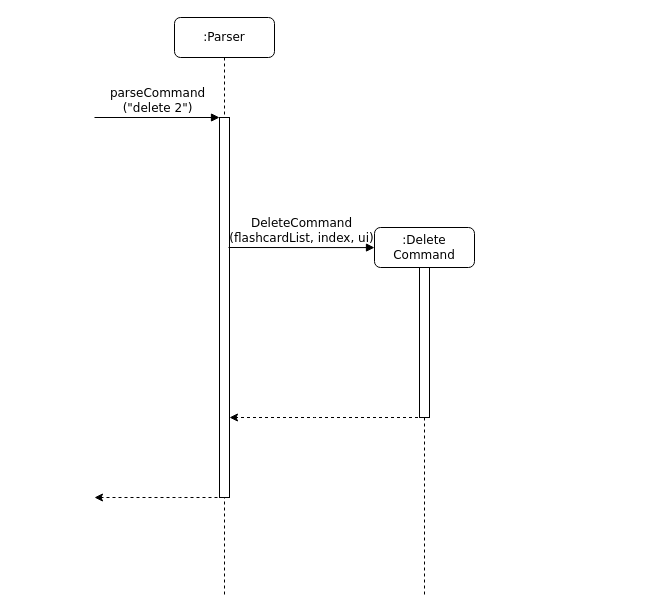
Earlier version of the draw.io diagram docs/images/ParserAndCommandSequenceDiagram.drawio (sliu107/tp). Source tidied: cells renumbered, new cells numbered last; positions are measured from the earlier drawing's top-left corner, leaving out a move shared by most shapes. Both pictures are drawn from the tidied source at 100%, with x=0, y=0 at pixel (94, 17).
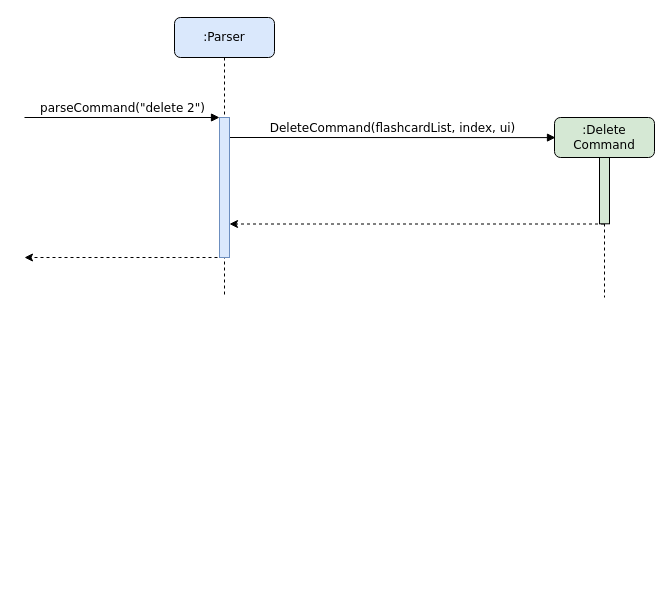
After the change.

Commit message (it also covers changes not shown here):
Update parser component and study plan features description in Developer Guide

What changed in the source:
```diff
@@
 <mxGraphModel background="#ffffff">
   <root>
     <mxCell id="0" />
     <mxCell id="1" parent="0" />
-    <mxCell id="2" value=":Parser" style="shape=umlLifeline;perimeter=lifelinePerimeter;whiteSpace=wrap;html=1;rounded=1;shadow=0;comic=0;labelBackgroundColor=none;strokeWidth=1;fontFamily=Verdana;fontSize=12;align=center;" parent="1" vertex="1">
-      <mxGeometry x="80" width="100" height="580" as="geometry" />
+    <mxCell id="2" value=":Parser" style="shape=umlLifeline;perimeter=lifelinePerimeter;whiteSpace=wrap;html=1;rounded=1;shadow=0;comic=0;labelBackgroundColor=none;strokeWidth=1;fontFamily=Verdana;fontSize=12;align=center;fillColor=#dae8fc;strokeColor=#000000;" parent="1" vertex="1">
+      <mxGeometry x="80" width="100" height="280" as="geometry" />
     </mxCell>
-    <mxCell id="3" style="html=1;points=[];perimeter=orthogonalPerimeter;rounded=0;shadow=0;comic=0;labelBackgroundColor=none;strokeWidth=1;fontFamily=Verdana;fontSize=12;align=center;" parent="2" vertex="1">
-      <mxGeometry x="45" y="100" width="10" height="380" as="geometry" />
-    </mxCell>
-    <mxCell id="4" value=":Delete&lt;br&gt;Command" style="shape=umlLifeline;perimeter=lifelinePerimeter;whiteSpace=wrap;html=1;outlineConnect=0;rounded=1;shadow=0;comic=0;labelBackgroundColor=none;strokeWidth=1;fontFamily=Verdana;fontSize=12;align=center;" parent="1" vertex="1">
-      <mxGeometry x="280" y="210" width="100" height="370" as="geometry" />
-    </mxCell>
-    <mxCell id="5" style="html=1;perimeter=orthogonalPerimeter;rounded=0;shadow=0;comic=0;labelBackgroundColor=none;strokeWidth=1;fontFamily=Verdana;fontSize=12;align=center;" parent="4" vertex="1">
-      <mxGeometry x="45" y="40" width="10" height="150" as="geometry" />
-    </mxCell>
-    <mxCell id="6" value="parseCommand&lt;br&gt;(&quot;delete 2&quot;)" style="html=1;verticalAlign=bottom;endArrow=block;entryX=0;entryY=0;labelBackgroundColor=none;fontFamily=Verdana;fontSize=12;edgeStyle=elbowEdgeStyle;elbow=vertical;" parent="1" edge="1" target="3">
+    <mxCell id="6" value="parseCommand(&quot;delete 2&quot;)" style="html=1;verticalAlign=bottom;endArrow=block;entryX=0;entryY=0;labelBackgroundColor=none;fontFamily=Verdana;fontSize=12;edgeStyle=elbowEdgeStyle;elbow=vertical;" parent="1" edge="1" target="3">
       <mxGeometry relative="1" as="geometry">
-        <mxPoint y="100" as="sourcePoint" />
+        <mxPoint x="-70" y="100" as="sourcePoint" />
         <Array as="points">
           <mxPoint x="90" y="100" />
         </Array>
       </mxGeometry>
     </mxCell>
-    <mxCell id="7" value="DeleteCommand&lt;br&gt;(flashcardList, index, ui)" style="html=1;verticalAlign=bottom;endArrow=block;labelBackgroundColor=none;fontFamily=Verdana;fontSize=12;edgeStyle=elbowEdgeStyle;elbow=vertical;" parent="1" edge="1">
+    <mxCell id="7" value="DeleteCommand(flashcardList, index, ui)" style="html=1;verticalAlign=bottom;endArrow=block;labelBackgroundColor=none;fontFamily=Verdana;fontSize=12;edgeStyle=elbowEdgeStyle;elbow=vertical;" parent="1" edge="1">
       <mxGeometry relative="1" as="geometry">
-        <mxPoint x="134" y="230" as="sourcePoint" />
-        <mxPoint x="280" y="230" as="targetPoint" />
+        <mxPoint x="135" y="120" as="sourcePoint" />
+        <mxPoint x="461" y="120" as="targetPoint" />
         <Array as="points">
-          <mxPoint x="285" y="230.1" />
+          <mxPoint x="286" y="120.1" />
         </Array>
       </mxGeometry>
     </mxCell>
-    <mxCell id="8" style="endArrow=classic;html=1;dashed=1;" parent="1" edge="1" source="4" target="3">
+    <mxCell id="8" style="endArrow=classic;html=1;dashed=1;" parent="1" edge="1">
       <mxGeometry relative="1" as="geometry">
+        <mxPoint x="509.5" y="206.5" as="sourcePoint" />
+        <mxPoint x="135" y="206.5" as="targetPoint" />
         <Array as="points">
-          <mxPoint x="210" y="400" />
+          <mxPoint x="210" y="206.5" />
         </Array>
       </mxGeometry>
     </mxCell>
     <mxCell id="9" style="endArrow=classic;html=1;dashed=1;" parent="1" edge="1">
       <mxGeometry relative="1" as="geometry">
-        <mxPoint x="135" y="480" as="sourcePoint" />
-        <mxPoint y="480" as="targetPoint" />
+        <mxPoint x="135" y="240" as="sourcePoint" />
+        <mxPoint x="-70" y="240" as="targetPoint" />
         <Array as="points">
-          <mxPoint x="75" y="480" />
+          <mxPoint x="75" y="240" />
         </Array>
       </mxGeometry>
     </mxCell>
+    <mxCell id="3" style="html=1;points=[];perimeter=orthogonalPerimeter;rounded=0;shadow=0;comic=0;labelBackgroundColor=none;strokeWidth=1;fontFamily=Verdana;fontSize=12;align=center;fillColor=#dae8fc;strokeColor=#6c8ebf;" parent="1" vertex="1">
+      <mxGeometry x="125" y="100" width="10" height="140" as="geometry" />
+    </mxCell>
+    <mxCell id="4" value=":Delete&lt;br&gt;Command" style="shape=umlLifeline;perimeter=lifelinePerimeter;whiteSpace=wrap;html=1;outlineConnect=0;rounded=1;shadow=0;comic=0;labelBackgroundColor=none;strokeWidth=1;fontFamily=Verdana;fontSize=12;align=center;fillColor=#d5e8d4;strokeColor=#000000;" parent="1" vertex="1">
+      <mxGeometry x="460" y="100" width="100" height="180" as="geometry" />
+    </mxCell>
+    <mxCell id="5" style="html=1;perimeter=orthogonalPerimeter;rounded=0;shadow=0;comic=0;labelBackgroundColor=none;strokeWidth=1;fontFamily=Verdana;fontSize=12;align=center;fillColor=#d5e8d4;strokeColor=#000000;" parent="4" vertex="1">
+      <mxGeometry x="45" y="40" width="10" height="66.3" as="geometry" />
+    </mxCell>
   </root>
 </mxGraphModel>
```
